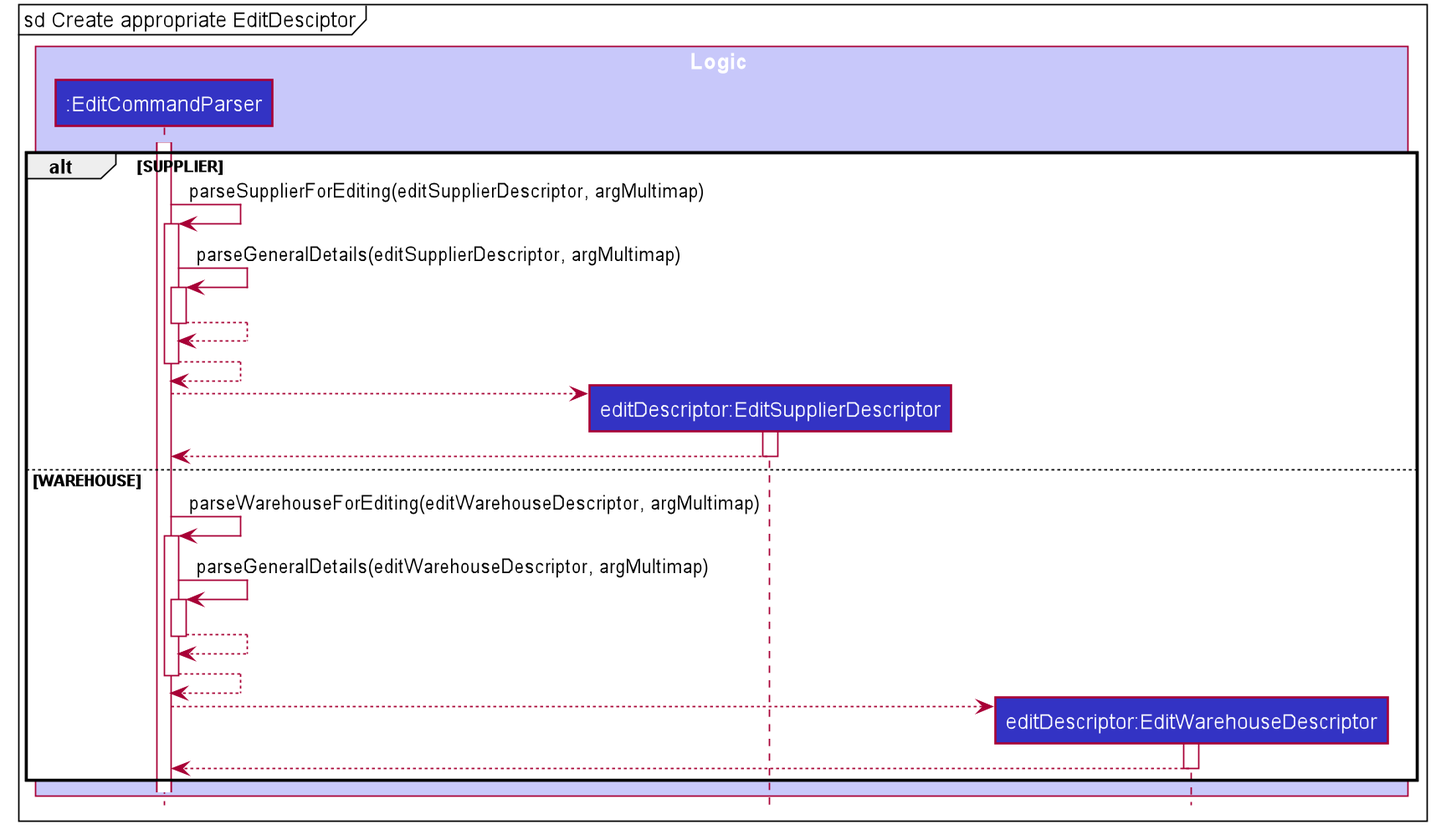
Earlier version of the PlantUML export docs/images/EditCommandDescriptorSequenceDiagram.png (tohyuting/tp).
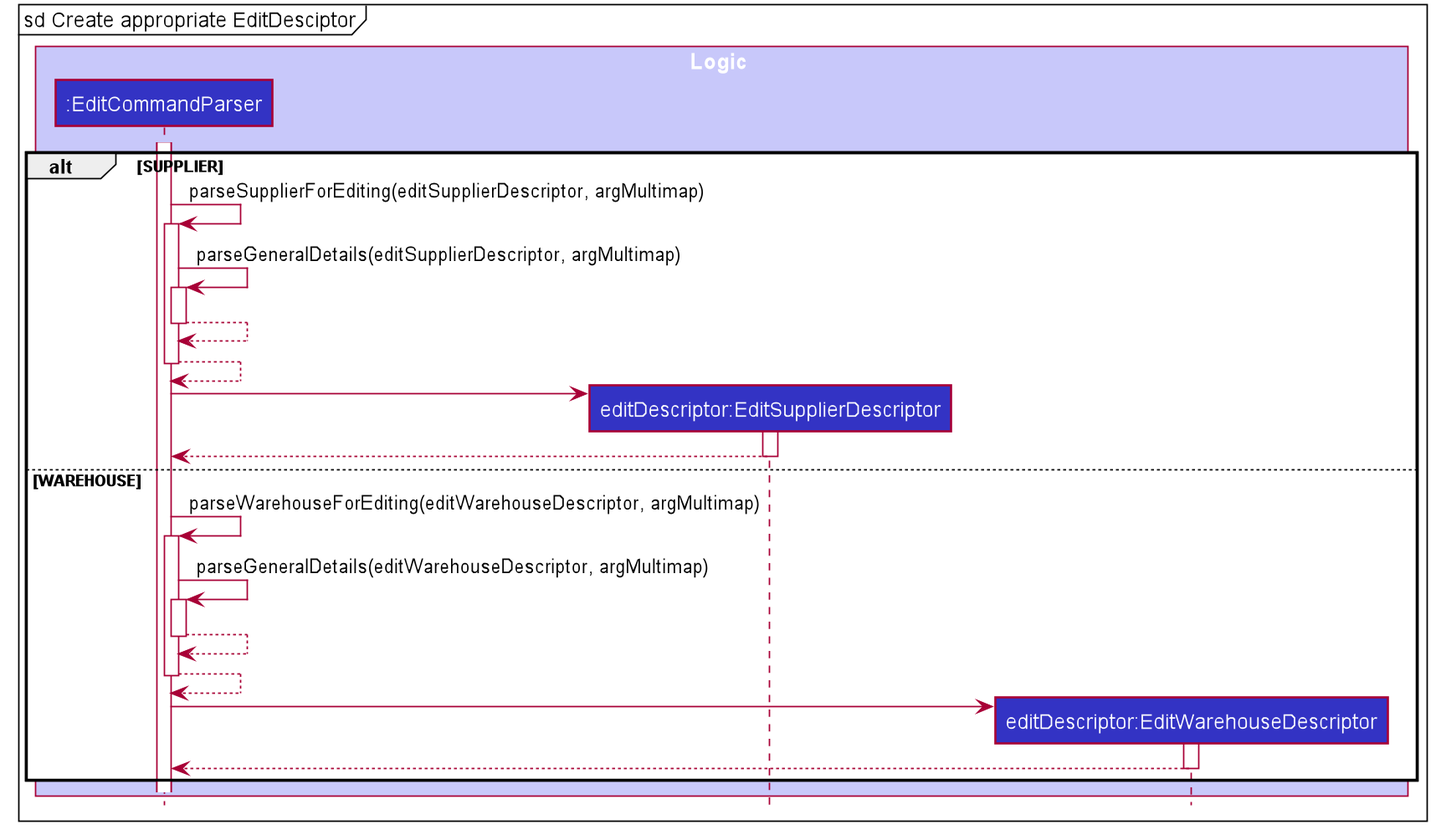
After the commit.

Commit message:
Fix bugs in sequence diagrams for edit and view

The edit, as a diff of the source:
```diff
@@ -70,7 +70,7 @@
 deactivate EditCommandParser
 
 create EditSupplierDescriptor
-EditCommandParser --> EditSupplierDescriptor
+EditCommandParser -> EditSupplierDescriptor
 activate EditSupplierDescriptor
 EditSupplierDescriptor --> EditCommandParser
 deactivate EditSupplierDescriptor
@@ -89,7 +89,7 @@
 deactivate EditCommandParser
 
 create EditWarehouseDescriptor
-EditCommandParser --> EditWarehouseDescriptor
+EditCommandParser -> EditWarehouseDescriptor
 activate EditWarehouseDescriptor
 EditWarehouseDescriptor --> EditCommandParser
 deactivate EditWarehouseDescriptor
```
